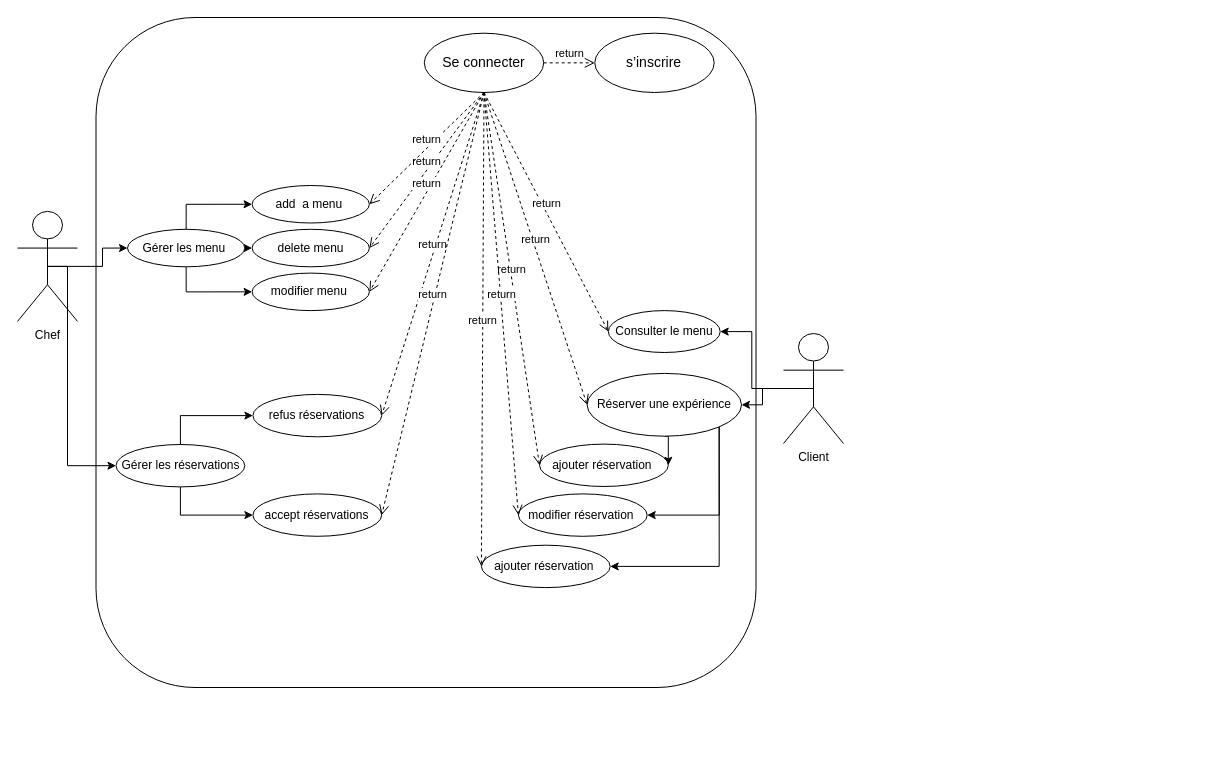
Before: Chef-Cuisinier.drawio in Mohammed-Ben-Cheikh/Chef-Cuisinier, a draw.io diagram. Source tidied: cells renumbered, new cells numbered last; positions are measured from the earlier drawing's top-left corner, leaving out a move shared by most shapes. Both pictures are drawn from the tidied source at 100%, with x=0, y=0 at pixel (17, 17).
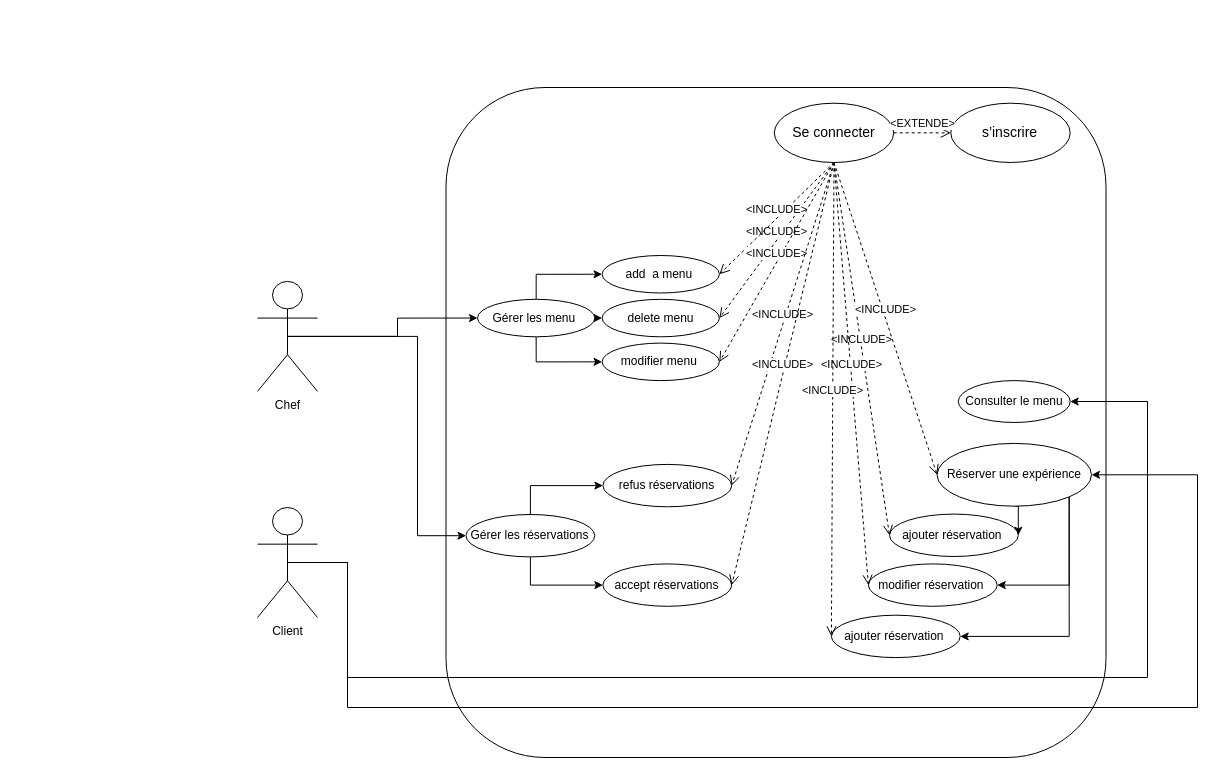
Above is the later version.

Commit message:
Mettre à jour Chef-Cuisinier.drawio

Unchanged cells that the change refers to:
```xml
<mxCell id="4" value="Consulter le menu" style="ellipse;whiteSpace=wrap;html=1;" parent="2" vertex="1">
  <mxGeometry x="512.3" y="293.1" width="111.9" height="41.9" as="geometry" />
</mxCell>
<mxCell id="8" value="Réserver une expérience" style="ellipse;whiteSpace=wrap;html=1;" parent="2" vertex="1">
  <mxGeometry x="491.1" y="355.9" width="154.4" height="62.8" as="geometry" />
</mxCell>
<mxCell id="9" value="&lt;span style=&quot;font-family: &amp;quot;Nunito Sans&amp;quot;, sans-serif; font-size: 14px; text-align: left; background-color: rgb(255, 255, 255);&quot;&gt;Se connecter&lt;/span&gt;" style="ellipse;whiteSpace=wrap;html=1;" parent="2" vertex="1">
  <mxGeometry x="328.3" y="15.7" width="119.4" height="59.3" as="geometry" />
</mxCell>
<mxCell id="15" value="add&amp;nbsp; a menu&amp;nbsp;" style="ellipse;whiteSpace=wrap;html=1;" parent="10" vertex="1">
  <mxGeometry x="124.6" width="117.3" height="37.5" as="geometry" />
</mxCell>
<mxCell id="16" value="modifier menu&amp;nbsp;" style="ellipse;whiteSpace=wrap;html=1;" parent="10" vertex="1">
  <mxGeometry x="124.6" y="87.6" width="117.3" height="37.5" as="geometry" />
</mxCell>
<mxCell id="17" value="delete menu" style="ellipse;whiteSpace=wrap;html=1;" parent="10" vertex="1">
  <mxGeometry x="124.6" y="43.8" width="117.3" height="37.5" as="geometry" />
</mxCell>
<mxCell id="21" value="Gérer les réservations" style="ellipse;whiteSpace=wrap;html=1;rotation=0;" parent="18" vertex="1">
  <mxGeometry y="50.1" width="128.8" height="42.4" as="geometry" />
</mxCell>
<mxCell id="22" value="refus réservations" style="ellipse;whiteSpace=wrap;html=1;rotation=0;" parent="18" vertex="1">
  <mxGeometry x="136.9" width="128.8" height="42.4" as="geometry" />
</mxCell>
<mxCell id="23" value="accept réservations" style="ellipse;whiteSpace=wrap;html=1;rotation=0;" parent="18" vertex="1">
  <mxGeometry x="136.9" y="99.5" width="128.8" height="42.4" as="geometry" />
</mxCell>
<mxCell id="31" value="ajouter réservation&amp;nbsp;" style="ellipse;whiteSpace=wrap;html=1;rotation=0;" parent="2" vertex="1">
  <mxGeometry x="443.5" y="426.6" width="128.8" height="42.4" as="geometry" />
</mxCell>
<mxCell id="32" value="modifier réservation&amp;nbsp;" style="ellipse;whiteSpace=wrap;html=1;rotation=0;" parent="2" vertex="1">
  <mxGeometry x="422.4" y="476.4" width="128.8" height="42.4" as="geometry" />
</mxCell>
<mxCell id="33" value="ajouter réservation&amp;nbsp;" style="ellipse;whiteSpace=wrap;html=1;rotation=0;" parent="2" vertex="1">
  <mxGeometry x="385.4" y="527.7" width="128.8" height="42.4" as="geometry" />
</mxCell>
```

Diff of the diagram source:
```diff
@@
     <mxCell id="2" style="group;" parent="1" vertex="1">
-      <mxGeometry x="78.5" width="671.5" height="670" as="geometry" />
+      <mxGeometry x="428.5" y="70" width="671.5" height="670" as="geometry" />
     </mxCell>
@@
     <mxCell id="24" value="&lt;span style=&quot;font-family: &amp;quot;Nunito Sans&amp;quot;, sans-serif; font-size: 14px; text-align: left; background-color: rgb(255, 255, 255);&quot;&gt;s’inscrire&lt;/span&gt;" style="ellipse;whiteSpace=wrap;html=1;" parent="2" vertex="1">
-      <mxGeometry x="498.8" y="15.7" width="119.4" height="59.3" as="geometry" />
+      <mxGeometry x="504.8" y="15.7" width="119.4" height="59.3" as="geometry" />
     </mxCell>
-    <mxCell id="25" value="return" style="html=1;verticalAlign=bottom;endArrow=open;dashed=1;endSize=8;curved=0;rounded=0;exitX=0.5;exitY=1;exitDx=0;exitDy=0;entryX=1;entryY=0.5;entryDx=0;entryDy=0;" parent="2" edge="1" source="9" target="17">
+    <mxCell id="25" value="&amp;lt;INCLUDE&amp;gt;" style="html=1;verticalAlign=bottom;endArrow=open;dashed=1;endSize=8;curved=0;rounded=0;exitX=0.5;exitY=1;exitDx=0;exitDy=0;entryX=1;entryY=0.5;entryDx=0;entryDy=0;" parent="2" edge="1" source="9" target="17">
       <mxGeometry relative="1" as="geometry" />
     </mxCell>
-    <mxCell id="26" value="return" style="html=1;verticalAlign=bottom;endArrow=open;dashed=1;endSize=8;curved=0;rounded=0;exitX=0.5;exitY=1;exitDx=0;exitDy=0;entryX=1;entryY=0.5;entryDx=0;entryDy=0;" parent="2" edge="1" source="9" target="15">
+    <mxCell id="26" value="&amp;lt;INCLUDE&amp;gt;" style="html=1;verticalAlign=bottom;endArrow=open;dashed=1;endSize=8;curved=0;rounded=0;exitX=0.5;exitY=1;exitDx=0;exitDy=0;entryX=1;entryY=0.5;entryDx=0;entryDy=0;" parent="2" edge="1" source="9" target="15">
       <mxGeometry relative="1" as="geometry" />
     </mxCell>
-    <mxCell id="27" value="return" style="html=1;verticalAlign=bottom;endArrow=open;dashed=1;endSize=8;curved=0;rounded=0;exitX=0.5;exitY=1;exitDx=0;exitDy=0;entryX=1;entryY=0.5;entryDx=0;entryDy=0;" parent="2" edge="1" source="9" target="16">
+    <mxCell id="27" value="&amp;lt;INCLUDE&amp;gt;" style="html=1;verticalAlign=bottom;endArrow=open;dashed=1;endSize=8;curved=0;rounded=0;exitX=0.5;exitY=1;exitDx=0;exitDy=0;entryX=1;entryY=0.5;entryDx=0;entryDy=0;" parent="2" edge="1" source="9" target="16">
       <mxGeometry relative="1" as="geometry" />
     </mxCell>
-    <mxCell id="28" value="return" style="html=1;verticalAlign=bottom;endArrow=open;dashed=1;endSize=8;curved=0;rounded=0;exitX=0.5;exitY=1;exitDx=0;exitDy=0;entryX=1;entryY=0.5;entryDx=0;entryDy=0;" parent="2" edge="1" source="9" target="22">
+    <mxCell id="28" value="&amp;lt;INCLUDE&amp;gt;" style="html=1;verticalAlign=bottom;endArrow=open;dashed=1;endSize=8;curved=0;rounded=0;exitX=0.5;exitY=1;exitDx=0;exitDy=0;entryX=1;entryY=0.5;entryDx=0;entryDy=0;" parent="2" edge="1" source="9" target="22">
       <mxGeometry relative="1" as="geometry" />
     </mxCell>
-    <mxCell id="29" value="return" style="html=1;verticalAlign=bottom;endArrow=open;dashed=1;endSize=8;curved=0;rounded=0;exitX=0.5;exitY=1;exitDx=0;exitDy=0;entryX=1;entryY=0.5;entryDx=0;entryDy=0;" parent="2" edge="1" source="9" target="23">
+    <mxCell id="29" value="&amp;lt;INCLUDE&amp;gt;" style="html=1;verticalAlign=bottom;endArrow=open;dashed=1;endSize=8;curved=0;rounded=0;exitX=0.5;exitY=1;exitDx=0;exitDy=0;entryX=1;entryY=0.5;entryDx=0;entryDy=0;" parent="2" edge="1" source="9" target="23">
       <mxGeometry relative="1" as="geometry" />
     </mxCell>
-    <mxCell id="30" value="return" style="html=1;verticalAlign=bottom;endArrow=open;dashed=1;endSize=8;curved=0;rounded=0;exitX=1;exitY=0.5;exitDx=0;exitDy=0;entryX=0;entryY=0.5;entryDx=0;entryDy=0;" parent="2" edge="1" source="9" target="24">
+    <mxCell id="30" value="&amp;lt;EXTENDE&amp;gt;" style="html=1;verticalAlign=bottom;endArrow=open;dashed=1;endSize=8;curved=0;rounded=0;exitX=1;exitY=0.5;exitDx=0;exitDy=0;entryX=0;entryY=0.5;entryDx=0;entryDy=0;" parent="2" edge="1" source="9" target="24">
       <mxGeometry relative="1" as="geometry" />
     </mxCell>
@@
-    <mxCell id="34" value="return" style="html=1;verticalAlign=bottom;endArrow=open;dashed=1;endSize=8;curved=0;rounded=0;exitX=0.5;exitY=1;exitDx=0;exitDy=0;entryX=0;entryY=0.5;entryDx=0;entryDy=0;" parent="2" edge="1" source="9" target="31">
+    <mxCell id="34" value="&amp;lt;INCLUDE&amp;gt;" style="html=1;verticalAlign=bottom;endArrow=open;dashed=1;endSize=8;curved=0;rounded=0;exitX=0.5;exitY=1;exitDx=0;exitDy=0;entryX=0;entryY=0.5;entryDx=0;entryDy=0;" parent="2" edge="1" source="9" target="31">
       <mxGeometry relative="1" as="geometry" />
     </mxCell>
-    <mxCell id="35" value="return" style="html=1;verticalAlign=bottom;endArrow=open;dashed=1;endSize=8;curved=0;rounded=0;exitX=0.5;exitY=1;exitDx=0;exitDy=0;entryX=0;entryY=0.5;entryDx=0;entryDy=0;" parent="2" edge="1" source="9" target="32">
+    <mxCell id="35" value="&amp;lt;INCLUDE&amp;gt;" style="html=1;verticalAlign=bottom;endArrow=open;dashed=1;endSize=8;curved=0;rounded=0;exitX=0.5;exitY=1;exitDx=0;exitDy=0;entryX=0;entryY=0.5;entryDx=0;entryDy=0;" parent="2" edge="1" source="9" target="32">
       <mxGeometry relative="1" as="geometry" />
     </mxCell>
-    <mxCell id="36" value="return" style="html=1;verticalAlign=bottom;endArrow=open;dashed=1;endSize=8;curved=0;rounded=0;exitX=0.5;exitY=1;exitDx=0;exitDy=0;entryX=0;entryY=0.5;entryDx=0;entryDy=0;" parent="2" edge="1" source="9" target="33">
+    <mxCell id="36" value="&amp;lt;INCLUDE&amp;gt;" style="html=1;verticalAlign=bottom;endArrow=open;dashed=1;endSize=8;curved=0;rounded=0;exitX=0.5;exitY=1;exitDx=0;exitDy=0;entryX=0;entryY=0.5;entryDx=0;entryDy=0;" parent="2" edge="1" source="9" target="33">
       <mxGeometry relative="1" as="geometry" />
     </mxCell>
-    <mxCell id="37" value="return" style="html=1;verticalAlign=bottom;endArrow=open;dashed=1;endSize=8;curved=0;rounded=0;exitX=0.5;exitY=1;exitDx=0;exitDy=0;entryX=0;entryY=0.5;entryDx=0;entryDy=0;" parent="2" edge="1" source="9" target="4">
-      <mxGeometry relative="1" as="geometry" />
-    </mxCell>
-    <mxCell id="38" value="return" style="html=1;verticalAlign=bottom;endArrow=open;dashed=1;endSize=8;curved=0;rounded=0;exitX=0.5;exitY=1;exitDx=0;exitDy=0;entryX=0;entryY=0.5;entryDx=0;entryDy=0;" parent="2" edge="1" source="9" target="8">
+    <mxCell id="38" value="&amp;lt;INCLUDE&amp;gt;" style="html=1;verticalAlign=bottom;endArrow=open;dashed=1;endSize=8;curved=0;rounded=0;exitX=0.5;exitY=1;exitDx=0;exitDy=0;entryX=0;entryY=0.5;entryDx=0;entryDy=0;" parent="2" edge="1" source="9" target="8">
       <mxGeometry relative="1" as="geometry" />
     </mxCell>
     <mxCell id="39" style="edgeStyle=orthogonalEdgeStyle;rounded=0;jettySize=auto;html=1;exitX=0.5;exitY=0.5;exitDx=0;exitDy=0;exitPerimeter=0;" parent="1" edge="1" source="41" target="4">
-      <mxGeometry relative="1" as="geometry" />
+      <mxGeometry relative="1" as="geometry">
+        <Array as="points">
+          <mxPoint x="330" y="545" />
+          <mxPoint x="330" y="660" />
+          <mxPoint x="1130" y="660" />
+          <mxPoint x="1130" y="384" />
+        </Array>
+      </mxGeometry>
     </mxCell>
     <mxCell id="40" style="edgeStyle=orthogonalEdgeStyle;rounded=0;jettySize=auto;html=1;exitX=0.5;exitY=0.5;exitDx=0;exitDy=0;exitPerimeter=0;entryX=1;entryY=0.5;entryDx=0;entryDy=0;" parent="1" edge="1" source="41" target="8">
-      <mxGeometry relative="1" as="geometry" />
+      <mxGeometry relative="1" as="geometry">
+        <Array as="points">
+          <mxPoint x="330" y="545" />
+          <mxPoint x="330" y="690" />
+          <mxPoint x="1180" y="690" />
+          <mxPoint x="1180" y="457" />
+        </Array>
+      </mxGeometry>
     </mxCell>
     <mxCell id="41" value="Client" style="shape=umlActor;verticalLabelPosition=bottom;verticalAlign=top;html=1;" parent="1" vertex="1">
-      <mxGeometry x="766" y="316" width="60" height="110" as="geometry" />
+      <mxGeometry x="240" y="490" width="60" height="110" as="geometry" />
     </mxCell>
@@
     <mxCell id="43" style="edgeStyle=orthogonalEdgeStyle;rounded=0;jettySize=auto;html=1;exitX=0.5;exitY=0.5;exitDx=0;exitDy=0;exitPerimeter=0;entryX=0;entryY=0.5;entryDx=0;entryDy=0;" parent="1" edge="1" source="44" target="21">
       <mxGeometry relative="1" as="geometry">
         <Array as="points">
-          <mxPoint x="50" y="249" />
-          <mxPoint x="50" y="448" />
+          <mxPoint x="400" y="319" />
+          <mxPoint x="400" y="518" />
         </Array>
       </mxGeometry>
     </mxCell>
     <mxCell id="44" value="Chef" style="shape=umlActor;verticalLabelPosition=bottom;verticalAlign=top;html=1;" parent="1" vertex="1">
-      <mxGeometry y="193.9" width="60" height="110" as="geometry" />
+      <mxGeometry x="240" y="263.9" width="60" height="110" as="geometry" />
     </mxCell>
```
